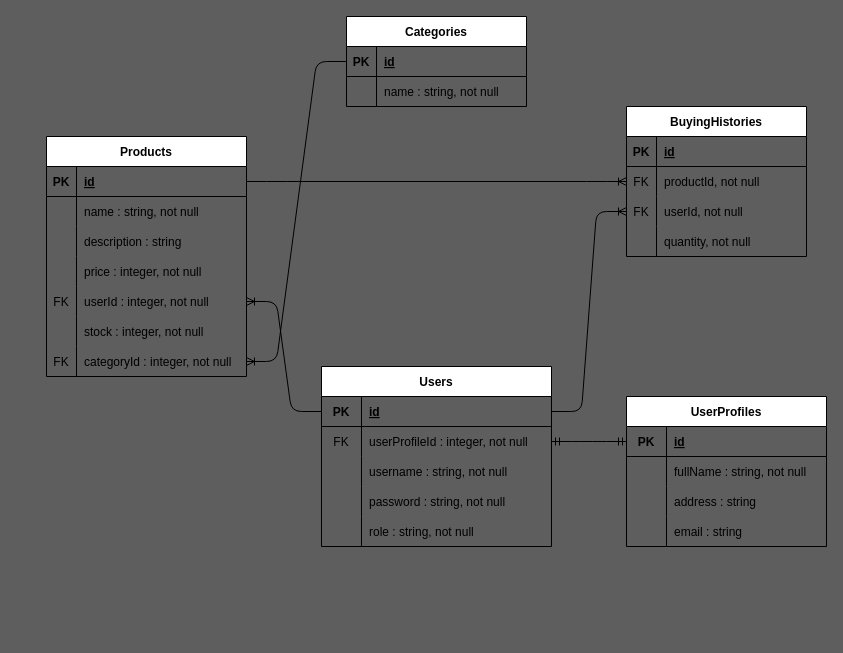
This is schema_ecommerce.drawio from IngridSurya/PH1-PP-Ecommerce, a draw.io file, before an edit. Source tidied: cells renumbered, new cells numbered last; positions are measured from the earlier drawing's top-left corner, leaving out a move shared by most shapes. Both pictures are drawn from the tidied source at 100%, with x=0, y=0 at pixel (46, 16).
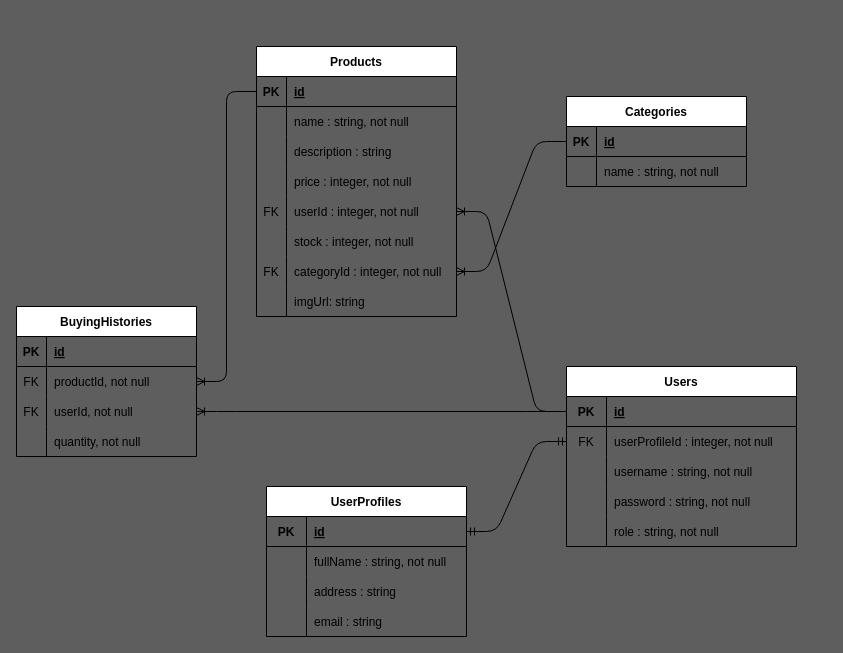
The same page after the edit.

Commit message (it also covers changes not shown here):
migration/add-column-and-adjust-ERD

Unchanged cells that the change refers to:
```xml
<mxCell id="3" style="shape=tableRow;horizontal=0;startSize=0;swimlaneHead=0;swimlaneBody=0;fillColor=none;points=[[0,0.5],[1,0.5]];portConstraint=eastwest;top=0;left=0;right=0;bottom=1;" parent="2" vertex="1">
  <mxGeometry y="30" width="200" height="30" as="geometry" />
</mxCell>
<mxCell id="35" style="shape=tableRow;horizontal=0;startSize=0;swimlaneHead=0;swimlaneBody=0;fillColor=none;points=[[0,0.5],[1,0.5]];portConstraint=eastwest;top=0;left=0;right=0;bottom=0;" parent="31" vertex="1">
  <mxGeometry y="60" width="230" height="30" as="geometry" />
</mxCell>
<mxCell id="51" style="shape=tableRow;horizontal=0;startSize=0;swimlaneHead=0;swimlaneBody=0;fillColor=none;points=[[0,0.5],[1,0.5]];portConstraint=eastwest;top=0;left=0;right=0;bottom=0;" parent="47" vertex="1">
  <mxGeometry y="60" width="180" height="30" as="geometry" />
</mxCell>
<mxCell id="64" style="shape=tableRow;horizontal=0;startSize=0;swimlaneHead=0;swimlaneBody=0;fillColor=none;points=[[0,0.5],[1,0.5]];portConstraint=eastwest;top=0;left=0;right=0;bottom=1;" parent="63" vertex="1">
  <mxGeometry y="30" width="200" height="30" as="geometry" />
</mxCell>
```

The edit, as a diff of the source:
```diff
@@
     <mxCell id="2" value="Products" style="shape=table;startSize=30;childLayout=tableLayout;rowLines=0;fontStyle=1;align=center;" parent="1" vertex="1">
-      <mxGeometry y="120" width="200" height="240" as="geometry" />
+      <mxGeometry x="210" y="30" width="200" height="270" as="geometry" />
     </mxCell>
@@
+    <mxCell id="78" style="shape=tableRow;horizontal=0;startSize=0;swimlaneHead=0;swimlaneBody=0;fillColor=none;top=0;left=0;right=0;bottom=0;" parent="2" vertex="1">
+      <mxGeometry y="240" width="200" height="30" as="geometry" />
+    </mxCell>
+    <mxCell id="79" style="shape=partialRectangle;fillColor=none;top=0;left=0;bottom=0;right=0;overflow=hidden;" parent="78" vertex="1">
+      <mxGeometry width="30" height="30" as="geometry" />
+    </mxCell>
+    <mxCell id="80" value="imgUrl: string" style="shape=partialRectangle;fillColor=none;top=0;left=0;bottom=0;right=0;align=left;spacingLeft=6;overflow=hidden;" parent="78" vertex="1">
+      <mxGeometry x="30" width="170" height="30" as="geometry" />
+    </mxCell>
     <mxCell id="24" value="Categories" style="shape=table;startSize=30;childLayout=tableLayout;rowLines=0;fontStyle=1;align=center;" parent="1" vertex="1">
-      <mxGeometry x="300" width="180" height="90" as="geometry" />
+      <mxGeometry x="520" y="80" width="180" height="90" as="geometry" />
     </mxCell>
@@
     <mxCell id="31" value="Users" style="shape=table;startSize=30;childLayout=tableLayout;rowLines=0;fontStyle=1;align=center;" parent="1" vertex="1">
-      <mxGeometry x="275" y="350" width="230" height="180" as="geometry" />
+      <mxGeometry x="520" y="350" width="230" height="180" as="geometry" />
     </mxCell>
@@
     <mxCell id="47" value="BuyingHistories" style="shape=table;startSize=30;childLayout=tableLayout;rowLines=0;fontStyle=1;align=center;" parent="1" vertex="1">
-      <mxGeometry x="580" y="90" width="180" height="150" as="geometry" />
+      <mxGeometry x="-30" y="290" width="180" height="150" as="geometry" />
     </mxCell>
@@
     <mxCell id="63" value="UserProfiles" style="shape=table;startSize=30;childLayout=tableLayout;rowLines=0;fontStyle=1;align=center;" parent="1" vertex="1">
-      <mxGeometry x="580" y="380" width="200" height="150" as="geometry" />
+      <mxGeometry x="220" y="470" width="200" height="150" as="geometry" />
     </mxCell>
@@
-    <mxCell id="76" style="edgeStyle=entityRelationEdgeStyle;fontSize=12;html=1;endArrow=ERmandOne;startArrow=ERmandOne;exitX=1;exitY=0.5;exitDx=0;exitDy=0;entryX=0;entryY=0.5;entryDx=0;entryDy=0;" parent="1" edge="1" source="35" target="64">
+    <mxCell id="76" style="edgeStyle=entityRelationEdgeStyle;fontSize=12;html=1;endArrow=ERmandOne;startArrow=ERmandOne;exitX=0;exitY=0.5;exitDx=0;exitDy=0;" parent="1" edge="1" source="35" target="64">
       <mxGeometry relative="1" as="geometry" />
     </mxCell>
-    <mxCell id="77" style="edgeStyle=entityRelationEdgeStyle;fontSize=12;html=1;endArrow=ERoneToMany;entryX=0;entryY=0.5;entryDx=0;entryDy=0;exitX=1;exitY=0.5;exitDx=0;exitDy=0;" parent="1" edge="1" source="3" target="51">
+    <mxCell id="77" style="edgeStyle=entityRelationEdgeStyle;fontSize=12;html=1;endArrow=ERoneToMany;exitX=0;exitY=0.5;exitDx=0;exitDy=0;" parent="1" edge="1" source="3" target="51">
       <mxGeometry relative="1" as="geometry" />
     </mxCell>
```
